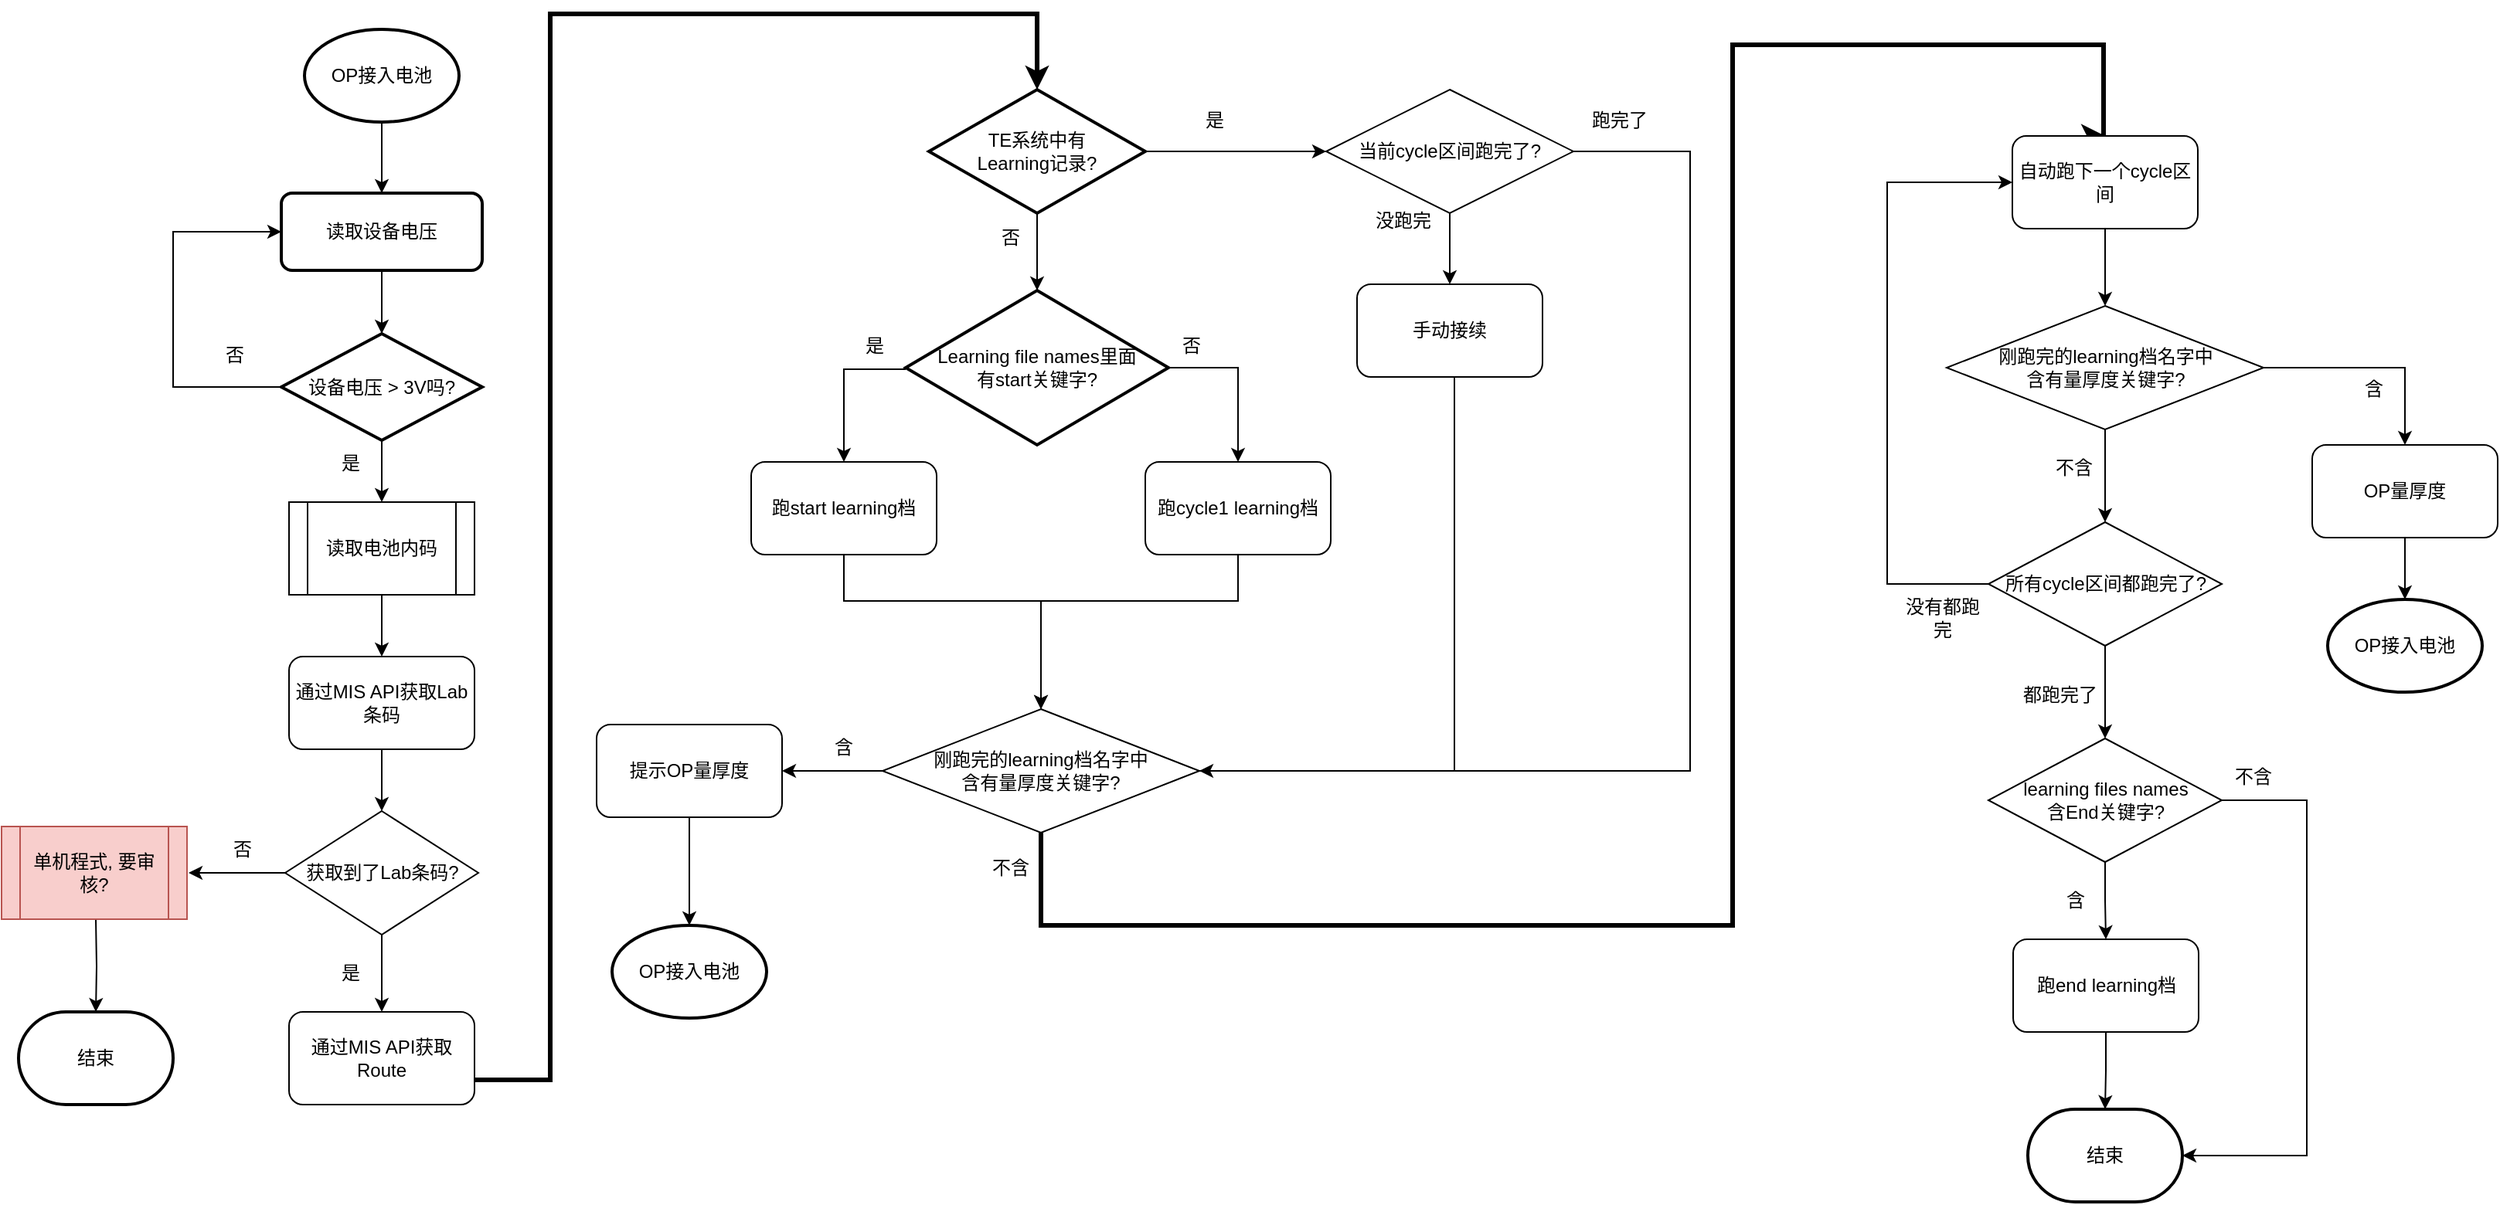
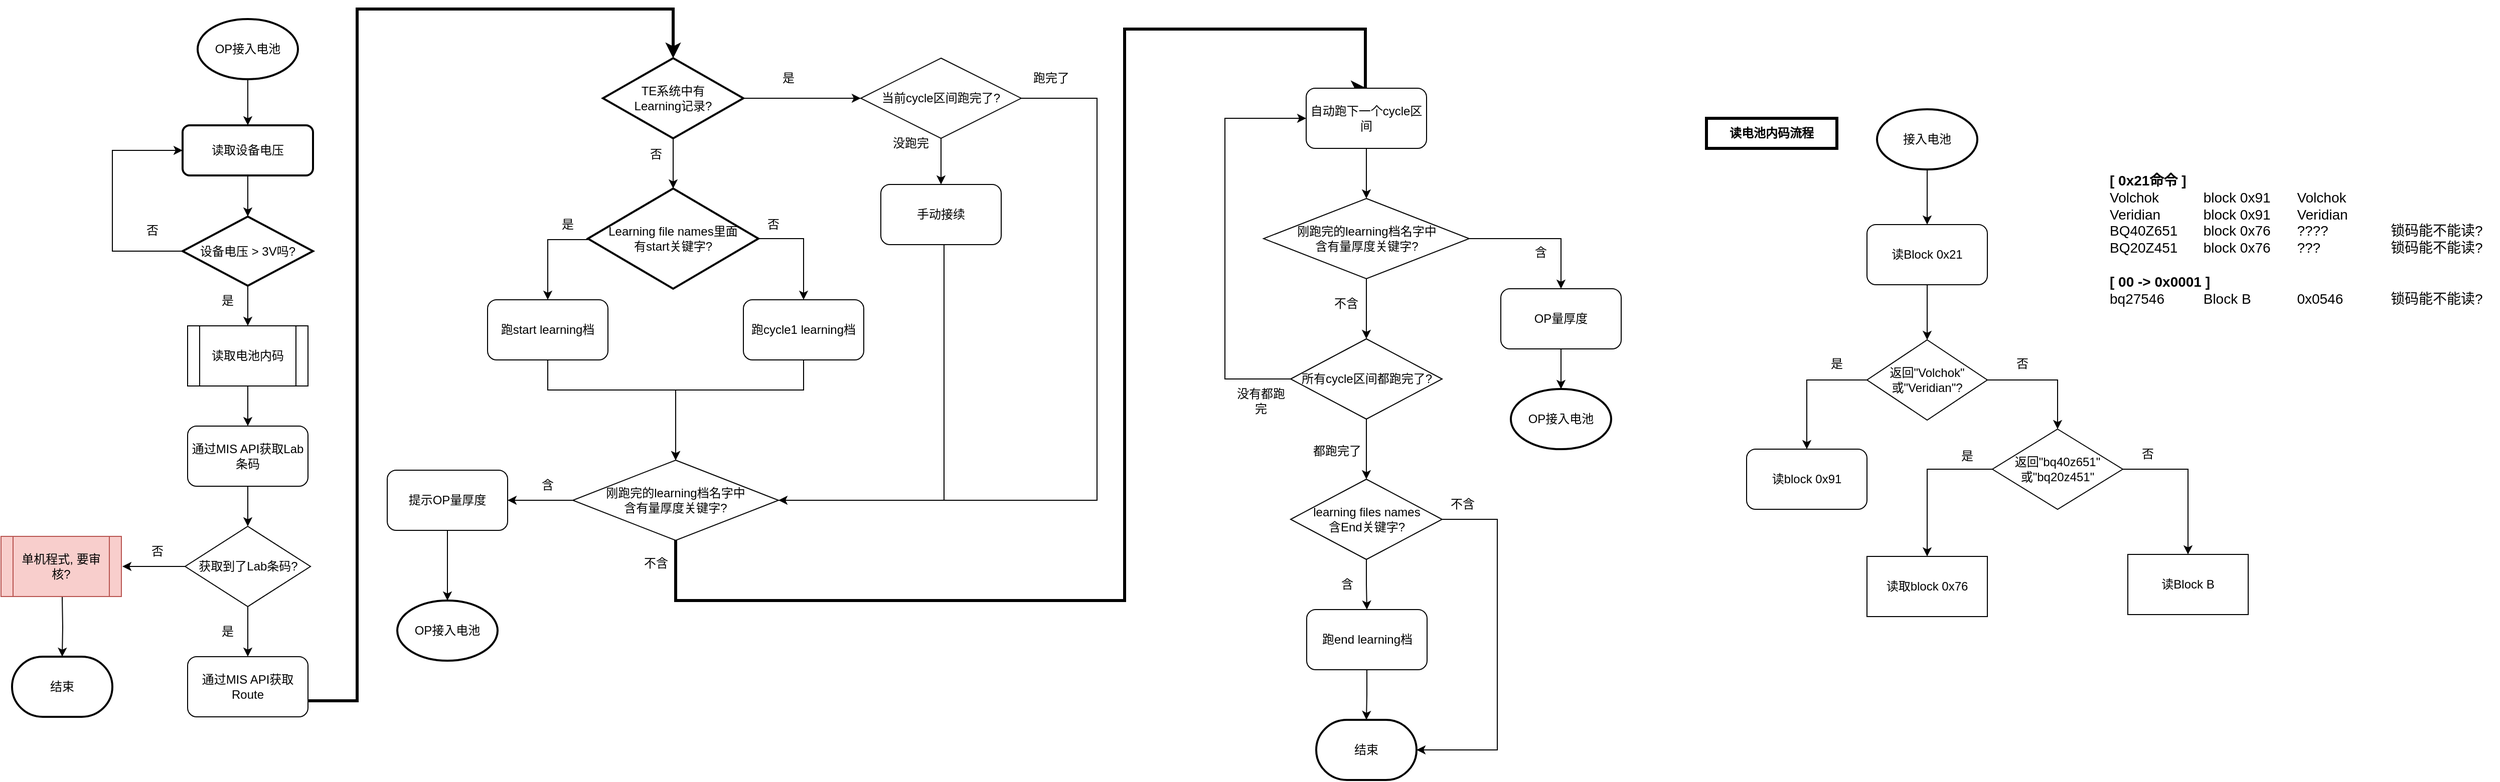
<mxfile host="app.diagrams.net">
  <diagram name="第 1 页" id="3HldnIOuQtLrwHUO-1mN">
-     <mxGraphModel dx="1546" dy="774" grid="1" gridSize="10" guides="1" tooltips="1" connect="1" arrows="1" fold="1" page="1" pageScale="1" pageWidth="1169" pageHeight="827" background="#FFFFFF" math="0" shadow="0">
+     <mxGraphModel dx="1318" dy="774" grid="1" gridSize="10" guides="1" tooltips="1" connect="1" arrows="1" fold="1" page="1" pageScale="1" pageWidth="1169" pageHeight="827" background="#FFFFFF" math="0" shadow="0">
      <root>
        <mxCell id="0" />
        <mxCell id="1" parent="0" />
        <mxCell id="qRa3hty1LtdxE0hFs_0w-8" edge="1" parent="1" source="qRa3hty1LtdxE0hFs_0w-4" style="edgeStyle=orthogonalEdgeStyle;rounded=0;orthogonalLoop=1;jettySize=auto;html=1;" target="qRa3hty1LtdxE0hFs_0w-6" value="">
          <mxGeometry relative="1" as="geometry" />
        </mxCell>
        <mxCell id="qRa3hty1LtdxE0hFs_0w-4" parent="1" style="strokeWidth=2;html=1;shape=mxgraph.flowchart.start_1;whiteSpace=wrap;" value="OP接入电池" vertex="1">
          <mxGeometry height="60" width="100" x="216" y="20" as="geometry" />
        </mxCell>
        <mxCell id="qRa3hty1LtdxE0hFs_0w-9" edge="1" parent="1" source="qRa3hty1LtdxE0hFs_0w-6" style="edgeStyle=orthogonalEdgeStyle;rounded=0;orthogonalLoop=1;jettySize=auto;html=1;" target="qRa3hty1LtdxE0hFs_0w-7" value="">
          <mxGeometry relative="1" as="geometry" />
        </mxCell>
        <mxCell id="qRa3hty1LtdxE0hFs_0w-6" parent="1" style="rounded=1;whiteSpace=wrap;html=1;absoluteArcSize=1;arcSize=14;strokeWidth=2;" value="读取设备电压" vertex="1">
          <mxGeometry height="50" width="130" x="201" y="126" as="geometry" />
        </mxCell>
        <mxCell id="qRa3hty1LtdxE0hFs_0w-14" edge="1" parent="1" source="qRa3hty1LtdxE0hFs_0w-7" style="edgeStyle=orthogonalEdgeStyle;rounded=0;orthogonalLoop=1;jettySize=auto;html=1;" target="qRa3hty1LtdxE0hFs_0w-13" value="">
          <mxGeometry relative="1" as="geometry" />
        </mxCell>
        <mxCell id="qRa3hty1LtdxE0hFs_0w-25" edge="1" parent="1" source="qRa3hty1LtdxE0hFs_0w-7" style="edgeStyle=orthogonalEdgeStyle;rounded=0;orthogonalLoop=1;jettySize=auto;html=1;entryX=0;entryY=0.5;entryDx=0;entryDy=0;" target="qRa3hty1LtdxE0hFs_0w-6">
          <mxGeometry relative="1" as="geometry">
            <Array as="points">
              <mxPoint x="131" y="252" />
              <mxPoint x="131" y="151" />
            </Array>
            <mxPoint x="411" y="146" as="targetPoint" />
          </mxGeometry>
        </mxCell>
        <mxCell id="qRa3hty1LtdxE0hFs_0w-7" parent="1" style="strokeWidth=2;html=1;shape=mxgraph.flowchart.decision;whiteSpace=wrap;" value="设备电压 &amp;gt; 3V吗?" vertex="1">
          <mxGeometry height="69" width="130" x="201" y="217" as="geometry" />
        </mxCell>
        <mxCell id="qRa3hty1LtdxE0hFs_0w-11" parent="1" style="text;html=1;whiteSpace=wrap;strokeColor=none;fillColor=none;align=center;verticalAlign=middle;rounded=0;" value="&lt;div&gt;否&lt;/div&gt;" vertex="1">
          <mxGeometry height="30" width="60" x="141" y="216" as="geometry" />
        </mxCell>
        <mxCell id="qRa3hty1LtdxE0hFs_0w-12" parent="1" style="text;html=1;whiteSpace=wrap;strokeColor=none;fillColor=none;align=center;verticalAlign=middle;rounded=0;" value="&lt;div&gt;是&lt;/div&gt;" vertex="1">
          <mxGeometry height="30" width="60" x="216" y="286" as="geometry" />
        </mxCell>
        <mxCell id="qRa3hty1LtdxE0hFs_0w-16" edge="1" parent="1" source="qRa3hty1LtdxE0hFs_0w-13" style="edgeStyle=orthogonalEdgeStyle;rounded=0;orthogonalLoop=1;jettySize=auto;html=1;" target="qRa3hty1LtdxE0hFs_0w-15" value="">
          <mxGeometry relative="1" as="geometry" />
        </mxCell>
        <mxCell id="qRa3hty1LtdxE0hFs_0w-13" parent="1" style="shape=process;whiteSpace=wrap;html=1;backgroundOutline=1;" value="读取电池内码" vertex="1">
          <mxGeometry height="60" width="120" x="206" y="326" as="geometry" />
        </mxCell>
        <mxCell id="qRa3hty1LtdxE0hFs_0w-20" edge="1" parent="1" source="qRa3hty1LtdxE0hFs_0w-15" style="edgeStyle=orthogonalEdgeStyle;rounded=0;orthogonalLoop=1;jettySize=auto;html=1;" target="qRa3hty1LtdxE0hFs_0w-19" value="">
          <mxGeometry relative="1" as="geometry" />
        </mxCell>
        <mxCell id="qRa3hty1LtdxE0hFs_0w-15" parent="1" style="rounded=1;whiteSpace=wrap;html=1;" value="通过MIS API获取Lab条码" vertex="1">
          <mxGeometry height="60" width="120" x="206" y="426" as="geometry" />
        </mxCell>
        <mxCell id="qRa3hty1LtdxE0hFs_0w-31" edge="1" parent="1" source="qRa3hty1LtdxE0hFs_0w-17" style="edgeStyle=orthogonalEdgeStyle;rounded=0;orthogonalLoop=1;jettySize=auto;html=1;entryX=0.5;entryY=0;entryDx=0;entryDy=0;entryPerimeter=0;strokeWidth=3;" target="qRa3hty1LtdxE0hFs_0w-30" value="">
          <mxGeometry relative="1" as="geometry">
            <Array as="points">
              <mxPoint x="375" y="700" />
              <mxPoint x="375" y="10" />
              <mxPoint x="690" y="10" />
            </Array>
          </mxGeometry>
        </mxCell>
        <mxCell id="qRa3hty1LtdxE0hFs_0w-17" parent="1" style="rounded=1;whiteSpace=wrap;html=1;" value="通过MIS API获取Route" vertex="1">
          <mxGeometry height="60" width="120" x="206" y="656" as="geometry" />
        </mxCell>
        <mxCell id="qRa3hty1LtdxE0hFs_0w-21" edge="1" parent="1" source="qRa3hty1LtdxE0hFs_0w-19" style="edgeStyle=orthogonalEdgeStyle;rounded=0;orthogonalLoop=1;jettySize=auto;html=1;" target="qRa3hty1LtdxE0hFs_0w-17" value="">
          <mxGeometry relative="1" as="geometry" />
        </mxCell>
        <mxCell id="qRa3hty1LtdxE0hFs_0w-27" edge="1" parent="1" source="qRa3hty1LtdxE0hFs_0w-19" style="edgeStyle=orthogonalEdgeStyle;rounded=0;orthogonalLoop=1;jettySize=auto;html=1;" value="">
          <mxGeometry relative="1" as="geometry">
            <mxPoint x="141" y="566" as="targetPoint" />
          </mxGeometry>
        </mxCell>
        <mxCell id="qRa3hty1LtdxE0hFs_0w-19" parent="1" style="rhombus;whiteSpace=wrap;html=1;" value="获取到了Lab条码?" vertex="1">
          <mxGeometry height="80" width="125" x="203.5" y="526" as="geometry" />
        </mxCell>
        <mxCell id="qRa3hty1LtdxE0hFs_0w-22" parent="1" style="text;html=1;whiteSpace=wrap;strokeColor=none;fillColor=none;align=center;verticalAlign=middle;rounded=0;" value="是" vertex="1">
          <mxGeometry height="30" width="60" x="216" y="616" as="geometry" />
        </mxCell>
        <mxCell id="qRa3hty1LtdxE0hFs_0w-29" edge="1" parent="1" style="edgeStyle=orthogonalEdgeStyle;rounded=0;orthogonalLoop=1;jettySize=auto;html=1;" target="qRa3hty1LtdxE0hFs_0w-28" value="">
          <mxGeometry relative="1" as="geometry">
            <mxPoint x="81" y="596" as="sourcePoint" />
          </mxGeometry>
        </mxCell>
        <mxCell id="qRa3hty1LtdxE0hFs_0w-26" parent="1" style="shape=process;whiteSpace=wrap;html=1;backgroundOutline=1;fillColor=#f8cecc;strokeColor=#b85450;" value="单机程式, 要审核?" vertex="1">
          <mxGeometry height="60" width="120" x="20" y="536" as="geometry" />
        </mxCell>
        <mxCell id="qRa3hty1LtdxE0hFs_0w-28" parent="1" style="strokeWidth=2;html=1;shape=mxgraph.flowchart.terminator;whiteSpace=wrap;" value="结束" vertex="1">
          <mxGeometry height="60" width="100" x="31" y="656" as="geometry" />
        </mxCell>
        <mxCell id="qRa3hty1LtdxE0hFs_0w-34" edge="1" parent="1" source="qRa3hty1LtdxE0hFs_0w-30" style="edgeStyle=orthogonalEdgeStyle;rounded=0;orthogonalLoop=1;jettySize=auto;html=1;" target="qRa3hty1LtdxE0hFs_0w-33" value="">
          <mxGeometry relative="1" as="geometry" />
        </mxCell>
        <mxCell id="qRa3hty1LtdxE0hFs_0w-38" edge="1" parent="1" source="qRa3hty1LtdxE0hFs_0w-30" style="edgeStyle=orthogonalEdgeStyle;rounded=0;orthogonalLoop=1;jettySize=auto;html=1;" target="qRa3hty1LtdxE0hFs_0w-37" value="">
          <mxGeometry relative="1" as="geometry" />
        </mxCell>
        <mxCell id="qRa3hty1LtdxE0hFs_0w-30" parent="1" style="strokeWidth=2;html=1;shape=mxgraph.flowchart.decision;whiteSpace=wrap;" value="&lt;div&gt;TE系统中有&lt;/div&gt;&lt;div&gt;Learning记录?&lt;/div&gt;" vertex="1">
          <mxGeometry height="80" width="140" x="620" y="59" as="geometry" />
        </mxCell>
        <mxCell id="qRa3hty1LtdxE0hFs_0w-45" edge="1" parent="1" source="qRa3hty1LtdxE0hFs_0w-33" style="edgeStyle=orthogonalEdgeStyle;rounded=0;orthogonalLoop=1;jettySize=auto;html=1;" target="qRa3hty1LtdxE0hFs_0w-44" value="">
          <mxGeometry relative="1" as="geometry">
            <Array as="points">
              <mxPoint x="565" y="240" />
            </Array>
          </mxGeometry>
        </mxCell>
        <mxCell id="qRa3hty1LtdxE0hFs_0w-67" edge="1" parent="1" source="qRa3hty1LtdxE0hFs_0w-33" style="edgeStyle=orthogonalEdgeStyle;rounded=0;orthogonalLoop=1;jettySize=auto;html=1;entryX=0.5;entryY=0;entryDx=0;entryDy=0;exitX=1;exitY=0.5;exitDx=0;exitDy=0;exitPerimeter=0;" target="qRa3hty1LtdxE0hFs_0w-66">
          <mxGeometry relative="1" as="geometry" />
        </mxCell>
        <mxCell id="qRa3hty1LtdxE0hFs_0w-33" parent="1" style="strokeWidth=2;html=1;shape=mxgraph.flowchart.decision;whiteSpace=wrap;" value="&lt;div&gt;Learning file names里面&lt;/div&gt;&lt;div&gt;有start关键字?&lt;/div&gt;" vertex="1">
          <mxGeometry height="100" width="170" x="605" y="189" as="geometry" />
        </mxCell>
        <mxCell id="qRa3hty1LtdxE0hFs_0w-35" parent="1" style="text;html=1;whiteSpace=wrap;strokeColor=none;fillColor=none;align=center;verticalAlign=middle;rounded=0;" value="否" vertex="1">
          <mxGeometry height="30" width="60" x="642.5" y="140" as="geometry" />
        </mxCell>
        <mxCell id="qRa3hty1LtdxE0hFs_0w-36" parent="1" style="text;html=1;whiteSpace=wrap;strokeColor=none;fillColor=none;align=center;verticalAlign=middle;rounded=0;" value="是" vertex="1">
          <mxGeometry height="30" width="60" x="775" y="64" as="geometry" />
        </mxCell>
        <mxCell id="qRa3hty1LtdxE0hFs_0w-40" edge="1" parent="1" source="qRa3hty1LtdxE0hFs_0w-37" style="edgeStyle=orthogonalEdgeStyle;rounded=0;orthogonalLoop=1;jettySize=auto;html=1;" target="qRa3hty1LtdxE0hFs_0w-39" value="">
          <mxGeometry relative="1" as="geometry" />
        </mxCell>
        <mxCell id="qRa3hty1LtdxE0hFs_0w-115" edge="1" parent="1" style="edgeStyle=orthogonalEdgeStyle;rounded=0;orthogonalLoop=1;jettySize=auto;html=1;entryX=1;entryY=0.5;entryDx=0;entryDy=0;">
          <mxGeometry relative="1" as="geometry">
            <Array as="points">
              <mxPoint x="1112.5" y="99" />
              <mxPoint x="1112.5" y="500" />
            </Array>
            <mxPoint x="1022.5" y="99" as="sourcePoint" />
            <mxPoint x="767.5" y="500" as="targetPoint" />
          </mxGeometry>
        </mxCell>
        <mxCell id="qRa3hty1LtdxE0hFs_0w-37" parent="1" style="rhombus;whiteSpace=wrap;html=1;" value="当前cycle区间跑完了?" vertex="1">
          <mxGeometry height="80" width="160" x="877" y="59" as="geometry" />
        </mxCell>
        <mxCell id="qRa3hty1LtdxE0hFs_0w-74" edge="1" parent="1" source="qRa3hty1LtdxE0hFs_0w-39" style="edgeStyle=orthogonalEdgeStyle;rounded=0;orthogonalLoop=1;jettySize=auto;html=1;entryX=1;entryY=0.5;entryDx=0;entryDy=0;exitX=0.5;exitY=1;exitDx=0;exitDy=0;" target="qRa3hty1LtdxE0hFs_0w-49">
          <mxGeometry relative="1" as="geometry">
            <Array as="points">
              <mxPoint x="960" y="245" />
              <mxPoint x="960" y="500" />
            </Array>
            <mxPoint x="1005" y="240" as="sourcePoint" />
          </mxGeometry>
        </mxCell>
        <mxCell id="qRa3hty1LtdxE0hFs_0w-39" parent="1" style="rounded=1;whiteSpace=wrap;html=1;" value="手动接续" vertex="1">
          <mxGeometry height="60" width="120" x="897" y="185" as="geometry" />
        </mxCell>
        <mxCell id="qRa3hty1LtdxE0hFs_0w-41" parent="1" style="text;html=1;whiteSpace=wrap;strokeColor=none;fillColor=none;align=center;verticalAlign=middle;rounded=0;" value="没跑完" vertex="1">
          <mxGeometry height="30" width="60" x="897" y="129" as="geometry" />
        </mxCell>
        <mxCell id="qRa3hty1LtdxE0hFs_0w-71" edge="1" parent="1" source="qRa3hty1LtdxE0hFs_0w-44" style="edgeStyle=orthogonalEdgeStyle;rounded=0;orthogonalLoop=1;jettySize=auto;html=1;entryX=0.5;entryY=0;entryDx=0;entryDy=0;" target="qRa3hty1LtdxE0hFs_0w-49">
          <mxGeometry relative="1" as="geometry">
            <Array as="points">
              <mxPoint x="565" y="390" />
              <mxPoint x="693" y="390" />
            </Array>
          </mxGeometry>
        </mxCell>
        <mxCell id="qRa3hty1LtdxE0hFs_0w-44" parent="1" style="rounded=1;whiteSpace=wrap;html=1;" value="跑start learning档" vertex="1">
          <mxGeometry height="60" width="120" x="505" y="300" as="geometry" />
        </mxCell>
        <mxCell id="qRa3hty1LtdxE0hFs_0w-46" parent="1" style="text;html=1;whiteSpace=wrap;strokeColor=none;fillColor=none;align=center;verticalAlign=middle;rounded=0;" value="是" vertex="1">
          <mxGeometry height="30" width="60" x="555" y="210" as="geometry" />
        </mxCell>
        <mxCell id="qRa3hty1LtdxE0hFs_0w-52" edge="1" parent="1" source="qRa3hty1LtdxE0hFs_0w-49" style="edgeStyle=orthogonalEdgeStyle;rounded=0;orthogonalLoop=1;jettySize=auto;html=1;" target="qRa3hty1LtdxE0hFs_0w-51" value="">
          <mxGeometry relative="1" as="geometry" />
        </mxCell>
        <mxCell id="qRa3hty1LtdxE0hFs_0w-129" edge="1" parent="1" source="qRa3hty1LtdxE0hFs_0w-49" style="edgeStyle=orthogonalEdgeStyle;rounded=0;orthogonalLoop=1;jettySize=auto;html=1;entryX=0.5;entryY=0;entryDx=0;entryDy=0;exitX=0.5;exitY=1;exitDx=0;exitDy=0;strokeWidth=3;" target="qRa3hty1LtdxE0hFs_0w-55">
          <mxGeometry relative="1" as="geometry">
            <Array as="points">
              <mxPoint x="692" y="600" />
              <mxPoint x="1140" y="600" />
              <mxPoint x="1140" y="30" />
              <mxPoint x="1380" y="30" />
              <mxPoint x="1380" y="89" />
            </Array>
          </mxGeometry>
        </mxCell>
        <mxCell id="qRa3hty1LtdxE0hFs_0w-49" parent="1" style="rhombus;whiteSpace=wrap;html=1;" value="&lt;div&gt;刚跑完的learning档名字中&lt;/div&gt;&lt;div&gt;含有量厚度关键字?&lt;/div&gt;" vertex="1">
          <mxGeometry height="80" width="205" x="590" y="460" as="geometry" />
        </mxCell>
        <mxCell id="qRa3hty1LtdxE0hFs_0w-102" edge="1" parent="1" source="qRa3hty1LtdxE0hFs_0w-51" style="edgeStyle=orthogonalEdgeStyle;rounded=0;orthogonalLoop=1;jettySize=auto;html=1;" target="qRa3hty1LtdxE0hFs_0w-101" value="">
          <mxGeometry relative="1" as="geometry" />
        </mxCell>
        <mxCell id="qRa3hty1LtdxE0hFs_0w-51" parent="1" style="rounded=1;whiteSpace=wrap;html=1;" value="提示OP量厚度" vertex="1">
          <mxGeometry height="60" width="120" x="405" y="470" as="geometry" />
        </mxCell>
        <mxCell id="qRa3hty1LtdxE0hFs_0w-53" parent="1" style="text;html=1;whiteSpace=wrap;strokeColor=none;fillColor=none;align=center;verticalAlign=middle;rounded=0;" value="&lt;div&gt;含&lt;/div&gt;" vertex="1">
          <mxGeometry height="30" width="60" x="535" y="470" as="geometry" />
        </mxCell>
        <mxCell id="qRa3hty1LtdxE0hFs_0w-130" edge="1" parent="1" source="qRa3hty1LtdxE0hFs_0w-55" style="edgeStyle=orthogonalEdgeStyle;rounded=0;orthogonalLoop=1;jettySize=auto;html=1;" target="qRa3hty1LtdxE0hFs_0w-88" value="">
          <mxGeometry relative="1" as="geometry" />
        </mxCell>
        <mxCell id="qRa3hty1LtdxE0hFs_0w-55" parent="1" style="rounded=1;whiteSpace=wrap;html=1;" value="自动跑下一个cycle区间" vertex="1">
          <mxGeometry height="60" width="120" x="1321" y="89" as="geometry" />
        </mxCell>
        <mxCell id="qRa3hty1LtdxE0hFs_0w-57" parent="1" style="text;html=1;whiteSpace=wrap;strokeColor=none;fillColor=none;align=center;verticalAlign=middle;rounded=0;" value="否" vertex="1">
          <mxGeometry height="30" width="60" x="146" y="536" as="geometry" />
        </mxCell>
        <mxCell id="qRa3hty1LtdxE0hFs_0w-58" parent="1" style="text;html=1;whiteSpace=wrap;strokeColor=none;fillColor=none;align=center;verticalAlign=middle;rounded=0;" value="跑完了" vertex="1">
          <mxGeometry height="30" width="60" x="1037" y="64" as="geometry" />
        </mxCell>
        <mxCell id="qRa3hty1LtdxE0hFs_0w-73" edge="1" parent="1" source="qRa3hty1LtdxE0hFs_0w-66" style="edgeStyle=orthogonalEdgeStyle;rounded=0;orthogonalLoop=1;jettySize=auto;html=1;entryX=0.5;entryY=0;entryDx=0;entryDy=0;" target="qRa3hty1LtdxE0hFs_0w-49">
          <mxGeometry relative="1" as="geometry">
            <Array as="points">
              <mxPoint x="820" y="390" />
              <mxPoint x="693" y="390" />
            </Array>
          </mxGeometry>
        </mxCell>
        <mxCell id="qRa3hty1LtdxE0hFs_0w-66" parent="1" style="rounded=1;whiteSpace=wrap;html=1;" value="跑cycle1 learning档" vertex="1">
          <mxGeometry height="60" width="120" x="760" y="300" as="geometry" />
        </mxCell>
        <mxCell id="qRa3hty1LtdxE0hFs_0w-68" parent="1" style="text;html=1;whiteSpace=wrap;strokeColor=none;fillColor=none;align=center;verticalAlign=middle;rounded=0;" value="否" vertex="1">
          <mxGeometry height="30" width="60" x="760" y="210" as="geometry" />
        </mxCell>
        <mxCell id="qRa3hty1LtdxE0hFs_0w-75" parent="1" style="text;html=1;whiteSpace=wrap;strokeColor=none;fillColor=none;align=center;verticalAlign=middle;rounded=0;" value="不含" vertex="1">
          <mxGeometry height="30" width="60" x="642.5" y="548" as="geometry" />
        </mxCell>
        <mxCell id="qRa3hty1LtdxE0hFs_0w-132" edge="1" parent="1" source="qRa3hty1LtdxE0hFs_0w-88" style="edgeStyle=orthogonalEdgeStyle;rounded=0;orthogonalLoop=1;jettySize=auto;html=1;" target="qRa3hty1LtdxE0hFs_0w-91" value="">
          <mxGeometry relative="1" as="geometry" />
        </mxCell>
        <mxCell id="qRa3hty1LtdxE0hFs_0w-134" edge="1" parent="1" source="qRa3hty1LtdxE0hFs_0w-88" style="edgeStyle=orthogonalEdgeStyle;rounded=0;orthogonalLoop=1;jettySize=auto;html=1;" target="qRa3hty1LtdxE0hFs_0w-107" value="">
          <mxGeometry relative="1" as="geometry" />
        </mxCell>
        <mxCell id="qRa3hty1LtdxE0hFs_0w-88" parent="1" style="rhombus;whiteSpace=wrap;html=1;" value="&lt;div&gt;刚跑完的learning档名字中&lt;/div&gt;&lt;div&gt;含有量厚度关键字?&lt;/div&gt;" vertex="1">
          <mxGeometry height="80" width="205" x="1278.5" y="199" as="geometry" />
        </mxCell>
        <mxCell id="qRa3hty1LtdxE0hFs_0w-104" edge="1" parent="1" source="qRa3hty1LtdxE0hFs_0w-91" style="edgeStyle=orthogonalEdgeStyle;rounded=0;orthogonalLoop=1;jettySize=auto;html=1;" target="qRa3hty1LtdxE0hFs_0w-103" value="">
          <mxGeometry relative="1" as="geometry" />
        </mxCell>
        <mxCell id="qRa3hty1LtdxE0hFs_0w-91" parent="1" style="rounded=1;whiteSpace=wrap;html=1;" value="OP量厚度" vertex="1">
          <mxGeometry height="60" width="120" x="1515" y="289" as="geometry" />
        </mxCell>
        <mxCell id="qRa3hty1LtdxE0hFs_0w-93" parent="1" style="text;html=1;whiteSpace=wrap;strokeColor=none;fillColor=none;align=center;verticalAlign=middle;rounded=0;" value="含" vertex="1">
          <mxGeometry height="30" width="60" x="1525" y="238" as="geometry" />
        </mxCell>
        <mxCell id="qRa3hty1LtdxE0hFs_0w-95" parent="1" style="text;html=1;whiteSpace=wrap;strokeColor=none;fillColor=none;align=center;verticalAlign=middle;rounded=0;" value="不含" vertex="1">
          <mxGeometry height="30" width="60" x="1331" y="289" as="geometry" />
        </mxCell>
        <mxCell id="qRa3hty1LtdxE0hFs_0w-101" parent="1" style="strokeWidth=2;html=1;shape=mxgraph.flowchart.start_1;whiteSpace=wrap;" value="OP接入电池" vertex="1">
          <mxGeometry height="60" width="100" x="415" y="600" as="geometry" />
        </mxCell>
        <mxCell id="qRa3hty1LtdxE0hFs_0w-103" parent="1" style="strokeWidth=2;html=1;shape=mxgraph.flowchart.start_1;whiteSpace=wrap;" value="OP接入电池" vertex="1">
          <mxGeometry height="60" width="100" x="1525" y="389" as="geometry" />
        </mxCell>
        <mxCell id="qRa3hty1LtdxE0hFs_0w-118" edge="1" parent="1" source="qRa3hty1LtdxE0hFs_0w-107" style="edgeStyle=orthogonalEdgeStyle;rounded=0;orthogonalLoop=1;jettySize=auto;html=1;" target="qRa3hty1LtdxE0hFs_0w-117" value="">
          <mxGeometry relative="1" as="geometry" />
        </mxCell>
        <mxCell id="qRa3hty1LtdxE0hFs_0w-135" edge="1" parent="1" source="qRa3hty1LtdxE0hFs_0w-107" style="edgeStyle=orthogonalEdgeStyle;rounded=0;orthogonalLoop=1;jettySize=auto;html=1;entryX=0;entryY=0.5;entryDx=0;entryDy=0;" target="qRa3hty1LtdxE0hFs_0w-55">
          <mxGeometry relative="1" as="geometry">
            <Array as="points">
              <mxPoint x="1240" y="379" />
              <mxPoint x="1240" y="119" />
            </Array>
            <mxPoint x="1250" y="140" as="targetPoint" />
          </mxGeometry>
        </mxCell>
        <mxCell id="qRa3hty1LtdxE0hFs_0w-107" parent="1" style="rhombus;whiteSpace=wrap;html=1;" value="所有cycle区间都跑完了?" vertex="1">
          <mxGeometry height="80" width="151" x="1305.5" y="339" as="geometry" />
        </mxCell>
        <mxCell id="qRa3hty1LtdxE0hFs_0w-111" parent="1" style="text;html=1;whiteSpace=wrap;strokeColor=none;fillColor=none;align=center;verticalAlign=middle;rounded=0;" value="没有都跑完" vertex="1">
          <mxGeometry height="30" width="60" x="1245.5" y="386" as="geometry" />
        </mxCell>
        <mxCell id="qRa3hty1LtdxE0hFs_0w-112" parent="1" style="strokeWidth=2;html=1;shape=mxgraph.flowchart.terminator;whiteSpace=wrap;" value="结束" vertex="1">
          <mxGeometry height="60" width="100" x="1331" y="719" as="geometry" />
        </mxCell>
        <mxCell id="qRa3hty1LtdxE0hFs_0w-114" parent="1" style="text;html=1;whiteSpace=wrap;strokeColor=none;fillColor=none;align=center;verticalAlign=middle;rounded=0;" value="都跑完了" vertex="1">
          <mxGeometry height="30" width="60" x="1322" y="436" as="geometry" />
        </mxCell>
        <mxCell id="qRa3hty1LtdxE0hFs_0w-122" edge="1" parent="1" source="qRa3hty1LtdxE0hFs_0w-117" style="edgeStyle=orthogonalEdgeStyle;rounded=0;orthogonalLoop=1;jettySize=auto;html=1;" target="qRa3hty1LtdxE0hFs_0w-120" value="">
          <mxGeometry relative="1" as="geometry" />
        </mxCell>
        <mxCell id="qRa3hty1LtdxE0hFs_0w-117" parent="1" style="rhombus;whiteSpace=wrap;html=1;" value="&lt;div&gt;learning files names&lt;/div&gt;&lt;div&gt;含End关键字?&lt;/div&gt;" vertex="1">
          <mxGeometry height="80" width="151" x="1305.5" y="479" as="geometry" />
        </mxCell>
        <mxCell id="qRa3hty1LtdxE0hFs_0w-121" edge="1" parent="1" source="qRa3hty1LtdxE0hFs_0w-120" style="edgeStyle=orthogonalEdgeStyle;rounded=0;orthogonalLoop=1;jettySize=auto;html=1;" target="qRa3hty1LtdxE0hFs_0w-112" value="">
          <mxGeometry relative="1" as="geometry" />
        </mxCell>
        <mxCell id="qRa3hty1LtdxE0hFs_0w-120" parent="1" style="rounded=1;whiteSpace=wrap;html=1;" value="跑end learning档" vertex="1">
          <mxGeometry height="60" width="120" x="1321.5" y="609" as="geometry" />
        </mxCell>
        <mxCell id="qRa3hty1LtdxE0hFs_0w-123" parent="1" style="text;html=1;whiteSpace=wrap;strokeColor=none;fillColor=none;align=center;verticalAlign=middle;rounded=0;" value="含" vertex="1">
          <mxGeometry height="30" width="60" x="1331.5" y="569" as="geometry" />
        </mxCell>
        <mxCell id="qRa3hty1LtdxE0hFs_0w-124" edge="1" parent="1" source="qRa3hty1LtdxE0hFs_0w-117" style="edgeStyle=orthogonalEdgeStyle;rounded=0;orthogonalLoop=1;jettySize=auto;html=1;entryX=1;entryY=0.5;entryDx=0;entryDy=0;entryPerimeter=0;" target="qRa3hty1LtdxE0hFs_0w-112">
          <mxGeometry relative="1" as="geometry">
            <Array as="points">
              <mxPoint x="1511.5" y="519" />
              <mxPoint x="1511.5" y="749" />
            </Array>
          </mxGeometry>
        </mxCell>
        <mxCell id="qRa3hty1LtdxE0hFs_0w-125" parent="1" style="text;html=1;whiteSpace=wrap;strokeColor=none;fillColor=none;align=center;verticalAlign=middle;rounded=0;" value="不含" vertex="1">
          <mxGeometry height="30" width="60" x="1446.5" y="489" as="geometry" />
        </mxCell>
+         <mxCell id="PsBZDfwHha2lWDHOalyY-6" edge="1" parent="1" source="qRa3hty1LtdxE0hFs_0w-136" style="edgeStyle=orthogonalEdgeStyle;rounded=0;orthogonalLoop=1;jettySize=auto;html=1;" target="PsBZDfwHha2lWDHOalyY-3" value="">
+           <mxGeometry relative="1" as="geometry" />
+         </mxCell>
+         <mxCell id="qRa3hty1LtdxE0hFs_0w-136" parent="1" style="strokeWidth=2;html=1;shape=mxgraph.flowchart.start_1;whiteSpace=wrap;" value="接入电池" vertex="1">
+           <mxGeometry height="60" width="100" x="1890" y="110" as="geometry" />
+         </mxCell>
+         <mxCell id="PsBZDfwHha2lWDHOalyY-1" parent="1" style="text;html=1;whiteSpace=wrap;strokeColor=default;fillColor=none;align=center;verticalAlign=middle;rounded=0;fontStyle=1;strokeWidth=3;" value="读电池内码流程" vertex="1">
+           <mxGeometry height="30" width="130" x="1720" y="119" as="geometry" />
+         </mxCell>
+         <mxCell id="PsBZDfwHha2lWDHOalyY-2" parent="1" style="text;html=1;whiteSpace=wrap;strokeColor=none;fillColor=none;align=left;verticalAlign=top;rounded=0;fontSize=14;" value="&lt;div&gt;&lt;b&gt;[ 0x21命令 ]&lt;/b&gt;&lt;/div&gt;&lt;div&gt;Volchok&lt;span style=&quot;white-space: pre;&quot;&gt;&#x9;&lt;/span&gt;&lt;span style=&quot;white-space: pre;&quot;&gt;&#x9;&lt;/span&gt;block 0x91&lt;span style=&quot;white-space: pre;&quot;&gt;&#x9;&lt;/span&gt;Volchok&lt;/div&gt;&lt;div&gt;Veridian&lt;span style=&quot;white-space: pre;&quot;&gt;&lt;span style=&quot;white-space: pre;&quot;&gt;&#x9;&lt;/span&gt;&lt;span style=&quot;white-space: pre;&quot;&gt;&#x9;&lt;/span&gt;block 0x91&#x9;Veridian&lt;/span&gt;&lt;/div&gt;&lt;div&gt;BQ40Z651&lt;span style=&quot;white-space: pre;&quot;&gt;&#x9;block 0x76&lt;/span&gt;&lt;span style=&quot;white-space: pre;&quot;&gt;&#x9;????&lt;span style=&quot;white-space: pre;&quot;&gt;&#x9;&lt;/span&gt;&lt;span style=&quot;white-space: pre;&quot;&gt;&#x9;&lt;/span&gt;锁码能不能读?&lt;/span&gt;&lt;/div&gt;&lt;div&gt;&lt;span style=&quot;white-space: pre;&quot;&gt;BQ20Z451&lt;span style=&quot;white-space: pre;&quot;&gt;&#x9;&lt;/span&gt;block 0x76&lt;span style=&quot;white-space: pre;&quot;&gt;&#x9;???&lt;span style=&quot;white-space: pre;&quot;&gt;&#x9;&lt;/span&gt;&lt;span style=&quot;white-space: pre;&quot;&gt;&#x9;&lt;/span&gt;&lt;span style=&quot;white-space: pre;&quot;&gt;&#x9;&lt;/span&gt;锁码能不能读?&lt;/span&gt;&lt;/span&gt;&lt;/div&gt;&lt;div&gt;&lt;br&gt;&lt;/div&gt;&lt;div&gt;&lt;b&gt;[ 00 -&amp;gt; 0x0001 ]&lt;/b&gt;&lt;/div&gt;&lt;div&gt;bq27546&lt;span style=&quot;white-space: pre;&quot;&gt;&#x9;&lt;/span&gt;&lt;span style=&quot;white-space: pre;&quot;&gt;&#x9;Block B&lt;span style=&quot;white-space: pre;&quot;&gt;&#x9;&lt;/span&gt;&lt;span style=&quot;white-space: pre;&quot;&gt;&#x9;&lt;/span&gt;0x0546&lt;span style=&quot;white-space: pre;&quot;&gt;&#x9;&lt;/span&gt;&lt;span style=&quot;white-space: pre;&quot;&gt;&#x9;&lt;/span&gt;锁码能不能读?&lt;/span&gt;&lt;/div&gt;&lt;div&gt;&lt;br&gt;&lt;/div&gt;" vertex="1">
+           <mxGeometry height="174.5" width="390" x="2120" y="165.5" as="geometry" />
+         </mxCell>
+         <mxCell id="PsBZDfwHha2lWDHOalyY-7" edge="1" parent="1" source="PsBZDfwHha2lWDHOalyY-3" style="edgeStyle=orthogonalEdgeStyle;rounded=0;orthogonalLoop=1;jettySize=auto;html=1;" target="PsBZDfwHha2lWDHOalyY-5" value="">
+           <mxGeometry relative="1" as="geometry" />
+         </mxCell>
+         <mxCell id="PsBZDfwHha2lWDHOalyY-3" parent="1" style="rounded=1;whiteSpace=wrap;html=1;" value="读Block 0x21" vertex="1">
+           <mxGeometry height="60" width="120" x="1880" y="225" as="geometry" />
+         </mxCell>
+         <mxCell id="PsBZDfwHha2lWDHOalyY-27" edge="1" parent="1" source="PsBZDfwHha2lWDHOalyY-5" style="edgeStyle=orthogonalEdgeStyle;rounded=0;orthogonalLoop=1;jettySize=auto;html=1;" target="PsBZDfwHha2lWDHOalyY-26" value="">
+           <mxGeometry relative="1" as="geometry" />
+         </mxCell>
+         <mxCell id="PsBZDfwHha2lWDHOalyY-35" edge="1" parent="1" source="PsBZDfwHha2lWDHOalyY-5" style="edgeStyle=orthogonalEdgeStyle;rounded=0;orthogonalLoop=1;jettySize=auto;html=1;entryX=0.5;entryY=0;entryDx=0;entryDy=0;" target="PsBZDfwHha2lWDHOalyY-12">
+           <mxGeometry relative="1" as="geometry">
+             <Array as="points">
+               <mxPoint x="1820" y="380" />
+             </Array>
+           </mxGeometry>
+         </mxCell>
+         <mxCell id="PsBZDfwHha2lWDHOalyY-5" parent="1" style="rhombus;whiteSpace=wrap;html=1;" value="&lt;div&gt;返回&quot;Volchok&quot;&lt;/div&gt;&lt;div&gt;或&quot;Veridian&quot;?&lt;/div&gt;" vertex="1">
+           <mxGeometry height="80" width="120" x="1880" y="340" as="geometry" />
+         </mxCell>
+         <mxCell id="PsBZDfwHha2lWDHOalyY-12" parent="1" style="rounded=1;whiteSpace=wrap;html=1;" value="读block 0x91" vertex="1">
+           <mxGeometry height="60" width="120" x="1760" y="449" as="geometry" />
+         </mxCell>
+         <mxCell id="PsBZDfwHha2lWDHOalyY-14" parent="1" style="text;html=1;whiteSpace=wrap;strokeColor=none;fillColor=none;align=center;verticalAlign=middle;rounded=0;" value="是" vertex="1">
+           <mxGeometry height="30" width="60" x="1820" y="349" as="geometry" />
+         </mxCell>
+         <mxCell id="PsBZDfwHha2lWDHOalyY-29" edge="1" parent="1" source="PsBZDfwHha2lWDHOalyY-26" style="edgeStyle=orthogonalEdgeStyle;rounded=0;orthogonalLoop=1;jettySize=auto;html=1;" target="PsBZDfwHha2lWDHOalyY-28" value="">
+           <mxGeometry relative="1" as="geometry" />
+         </mxCell>
+         <mxCell id="PsBZDfwHha2lWDHOalyY-32" edge="1" parent="1" source="PsBZDfwHha2lWDHOalyY-26" style="edgeStyle=orthogonalEdgeStyle;rounded=0;orthogonalLoop=1;jettySize=auto;html=1;" target="PsBZDfwHha2lWDHOalyY-31" value="">
+           <mxGeometry relative="1" as="geometry" />
+         </mxCell>
+         <mxCell id="PsBZDfwHha2lWDHOalyY-26" parent="1" style="rhombus;whiteSpace=wrap;html=1;" value="&lt;div&gt;返回&quot;bq40z651&quot;&lt;/div&gt;&lt;div&gt;或&quot;bq20z451&quot;&lt;/div&gt;" vertex="1">
+           <mxGeometry height="80" width="130" x="2005" y="429" as="geometry" />
+         </mxCell>
+         <mxCell id="PsBZDfwHha2lWDHOalyY-28" parent="1" style="whiteSpace=wrap;html=1;" value="读取block 0x76" vertex="1">
+           <mxGeometry height="60" width="120" x="1880" y="556" as="geometry" />
+         </mxCell>
+         <mxCell id="PsBZDfwHha2lWDHOalyY-30" parent="1" style="text;html=1;whiteSpace=wrap;strokeColor=none;fillColor=none;align=center;verticalAlign=middle;rounded=0;" value="是" vertex="1">
+           <mxGeometry height="30" width="60" x="1950" y="441" as="geometry" />
+         </mxCell>
+         <mxCell id="PsBZDfwHha2lWDHOalyY-31" parent="1" style="whiteSpace=wrap;html=1;" value="读Block B" vertex="1">
+           <mxGeometry height="60" width="120" x="2140" y="554" as="geometry" />
+         </mxCell>
+         <mxCell id="PsBZDfwHha2lWDHOalyY-33" parent="1" style="text;html=1;whiteSpace=wrap;strokeColor=none;fillColor=none;align=center;verticalAlign=middle;rounded=0;" value="否" vertex="1">
+           <mxGeometry height="30" width="60" x="2005" y="349" as="geometry" />
+         </mxCell>
+         <mxCell id="PsBZDfwHha2lWDHOalyY-34" parent="1" style="text;html=1;whiteSpace=wrap;strokeColor=none;fillColor=none;align=center;verticalAlign=middle;rounded=0;" value="否" vertex="1">
+           <mxGeometry height="30" width="60" x="2130" y="439" as="geometry" />
+         </mxCell>
      </root>
    </mxGraphModel>
  </diagram>
</mxfile>
